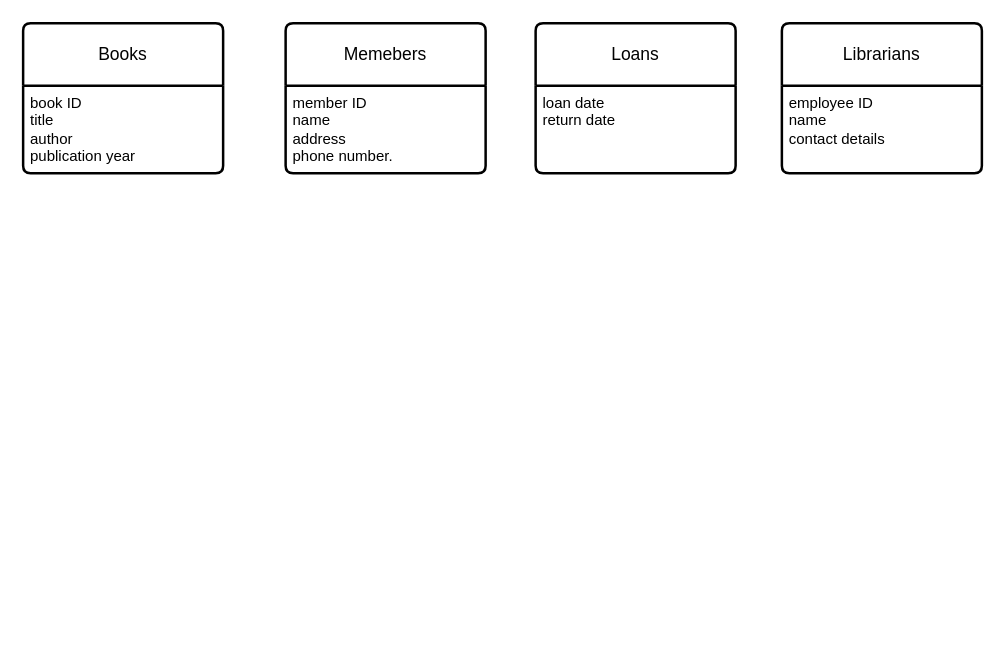
Before: Library.drawio in GeorginaFox/at1, a draw.io diagram. Source tidied: cells renumbered, new cells numbered last; positions are measured from the earlier drawing's top-left corner, leaving out a move shared by most shapes. Both pictures are drawn from the tidied source at 125%, with x=0, y=0 at pixel (22, 22).
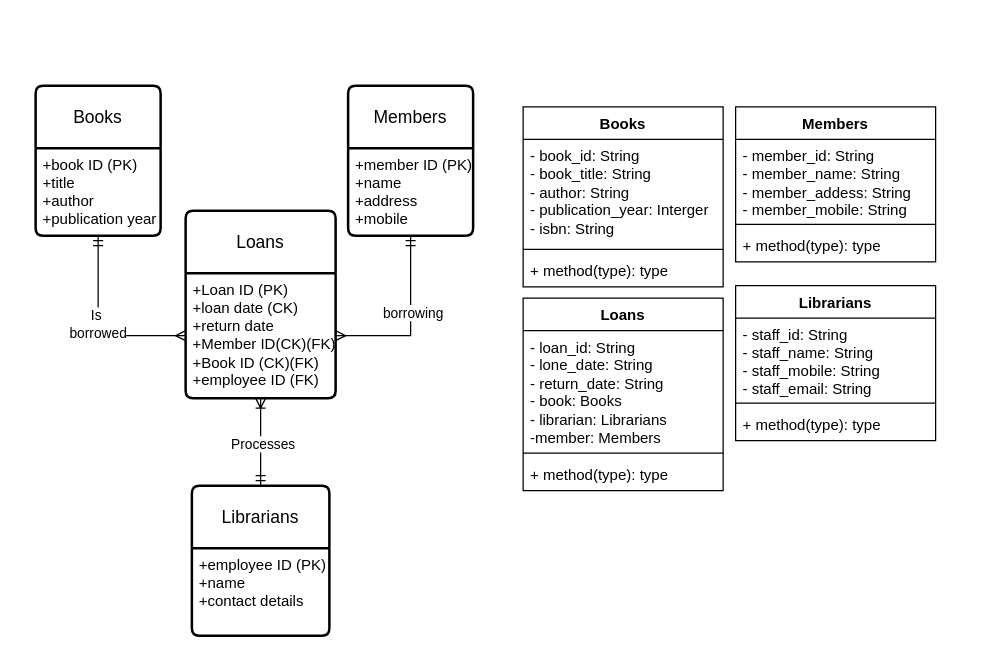
After the change.

Change to the diagram source:
```diff
@@
     <mxCell id="2" value="Books" style="swimlane;horizontal=1;startSize=50;rounded=1;fontSize=14;fontStyle=0;strokeWidth=2;shadow=0;dashed=0;align=center;arcSize=4;whiteSpace=wrap;html=1;" parent="1" vertex="1">
-      <mxGeometry width="160" height="120" as="geometry" />
+      <mxGeometry x="10" y="50" width="100" height="120" as="geometry" />
     </mxCell>
-    <mxCell id="3" value="&lt;div&gt;&lt;div&gt;book ID&lt;/div&gt;&lt;div&gt;title&lt;/div&gt;&lt;/div&gt;&lt;div&gt;author&lt;br&gt;&lt;/div&gt;&lt;div&gt;publication year&lt;br&gt;&lt;/div&gt;" style="align=left;strokeColor=none;fillColor=none;spacingLeft=4;fontSize=12;verticalAlign=top;html=1;" parent="2" vertex="1">
-      <mxGeometry y="50" width="160" height="70" as="geometry" />
+    <mxCell id="3" value="&lt;div&gt;&lt;div&gt;&lt;span style=&quot;background-color: initial;&quot;&gt;+&lt;/span&gt;book ID (PK)&lt;/div&gt;&lt;div&gt;&lt;span style=&quot;background-color: initial;&quot;&gt;+&lt;/span&gt;title&lt;/div&gt;&lt;/div&gt;&lt;div&gt;&lt;span style=&quot;background-color: initial;&quot;&gt;+&lt;/span&gt;author&lt;br&gt;&lt;/div&gt;&lt;div&gt;&lt;span style=&quot;background-color: initial;&quot;&gt;+&lt;/span&gt;publication year&lt;br&gt;&lt;/div&gt;" style="align=left;strokeColor=none;fillColor=none;spacingLeft=4;fontSize=12;verticalAlign=top;html=1;" parent="2" vertex="1">
+      <mxGeometry y="50" width="100" height="70" as="geometry" />
     </mxCell>
     <mxCell id="4" value="Librarians" style="swimlane;horizontal=1;startSize=50;rounded=1;fontSize=14;fontStyle=0;strokeWidth=2;shadow=0;dashed=0;align=center;arcSize=4;whiteSpace=wrap;html=1;" parent="1" vertex="1">
-      <mxGeometry x="607" width="160" height="120" as="geometry" />
+      <mxGeometry x="135" y="370" width="110" height="120" as="geometry" />
     </mxCell>
-    <mxCell id="5" value="employee ID&lt;div&gt;name&lt;/div&gt;&lt;div&gt;contact details&lt;/div&gt;" style="align=left;strokeColor=none;fillColor=none;spacingLeft=4;fontSize=12;verticalAlign=top;html=1;" parent="4" vertex="1">
-      <mxGeometry y="50" width="160" height="70" as="geometry" />
+    <mxCell id="5" value="+employee ID (PK)&lt;br&gt;&lt;div&gt;&lt;span style=&quot;background-color: initial;&quot;&gt;+&lt;/span&gt;name&lt;/div&gt;&lt;div&gt;&lt;span style=&quot;background-color: initial;&quot;&gt;+&lt;/span&gt;contact details&lt;/div&gt;" style="align=left;strokeColor=none;fillColor=none;spacingLeft=4;fontSize=12;verticalAlign=top;html=1;" parent="4" vertex="1">
+      <mxGeometry y="50" width="110" height="70" as="geometry" />
     </mxCell>
     <mxCell id="6" value="Loans" style="swimlane;horizontal=1;startSize=50;rounded=1;fontSize=14;fontStyle=0;strokeWidth=2;shadow=0;dashed=0;align=center;arcSize=4;whiteSpace=wrap;html=1;" parent="1" vertex="1">
-      <mxGeometry x="410" width="160" height="120" as="geometry" />
+      <mxGeometry x="130" y="150" width="120" height="150" as="geometry" />
     </mxCell>
-    <mxCell id="7" value="&lt;div&gt;loan date&amp;nbsp;&lt;/div&gt;&lt;div&gt;return date&lt;br&gt;&lt;/div&gt;" style="align=left;strokeColor=none;fillColor=none;spacingLeft=4;fontSize=12;verticalAlign=top;html=1;" parent="6" vertex="1">
-      <mxGeometry y="50" width="160" height="70" as="geometry" />
+    <mxCell id="7" value="&lt;div&gt;&lt;span style=&quot;background-color: initial;&quot;&gt;+&lt;/span&gt;Loan ID (PK)&lt;/div&gt;&lt;div&gt;&lt;span style=&quot;background-color: initial;&quot;&gt;+&lt;/span&gt;loan date (CK)&lt;/div&gt;&lt;div&gt;&lt;span style=&quot;background-color: initial;&quot;&gt;+&lt;/span&gt;return date&lt;br&gt;&lt;/div&gt;&lt;div&gt;&lt;span style=&quot;background-color: initial;&quot;&gt;+&lt;/span&gt;Member ID(CK)(FK)&lt;/div&gt;&lt;div&gt;&lt;div&gt;&lt;span style=&quot;background-color: initial;&quot;&gt;+&lt;/span&gt;Book ID (CK)(FK)&lt;/div&gt;&lt;/div&gt;&lt;div&gt;&lt;span style=&quot;background-color: initial;&quot;&gt;+&lt;/span&gt;employee ID (FK)&lt;/div&gt;" style="align=left;strokeColor=none;fillColor=none;spacingLeft=4;fontSize=12;verticalAlign=top;html=1;" parent="6" vertex="1">
+      <mxGeometry y="50" width="120" height="100" as="geometry" />
     </mxCell>
-    <mxCell id="8" value="Memebers" style="swimlane;horizontal=1;startSize=50;rounded=1;fontSize=14;fontStyle=0;strokeWidth=2;shadow=0;dashed=0;align=center;arcSize=4;whiteSpace=wrap;html=1;" parent="1" vertex="1">
-      <mxGeometry x="210" width="160" height="120" as="geometry" />
+    <mxCell id="8" value="Members" style="swimlane;horizontal=1;startSize=50;rounded=1;fontSize=14;fontStyle=0;strokeWidth=2;shadow=0;dashed=0;align=center;arcSize=4;whiteSpace=wrap;html=1;" parent="1" vertex="1">
+      <mxGeometry x="260" y="50" width="100" height="120" as="geometry" />
     </mxCell>
-    <mxCell id="9" value="member ID&lt;div&gt;name&lt;/div&gt;&lt;div&gt;address&lt;/div&gt;&lt;div&gt;phone number.&lt;/div&gt;" style="align=left;strokeColor=none;fillColor=none;spacingLeft=4;fontSize=12;verticalAlign=top;html=1;" parent="8" vertex="1">
-      <mxGeometry y="50" width="160" height="70" as="geometry" />
+    <mxCell id="9" value="+member ID (PK)&lt;br&gt;&lt;div&gt;&lt;span style=&quot;background-color: initial;&quot;&gt;+&lt;/span&gt;name&lt;/div&gt;&lt;div&gt;&lt;span style=&quot;background-color: initial;&quot;&gt;+&lt;/span&gt;address&lt;/div&gt;&lt;div&gt;+mobile&lt;br&gt;&lt;/div&gt;" style="align=left;strokeColor=none;fillColor=none;spacingLeft=4;fontSize=12;verticalAlign=top;html=1;" parent="8" vertex="1">
+      <mxGeometry y="50" width="100" height="70" as="geometry" />
     </mxCell>
+    <mxCell id="10" style="edgeStyle=orthogonalEdgeStyle;fontSize=12;html=1;endArrow=ERmandOne;startArrow=ERmany;rounded=0;entryX=0.5;entryY=1;entryDx=0;entryDy=0;exitX=0;exitY=0.5;exitDx=0;exitDy=0;endFill=0;startFill=0;" parent="1" edge="1" source="7" target="3">
+      <mxGeometry relative="1" as="geometry" />
+    </mxCell>
+    <mxCell id="11" value="Is&amp;nbsp;&lt;div&gt;borrowed&lt;/div&gt;" style="edgeLabel;html=1;align=center;verticalAlign=middle;" parent="10" vertex="1">
+      <mxGeometry x="0.08" y="1" relative="1" as="geometry">
+        <mxPoint y="1" as="offset" />
+      </mxGeometry>
+    </mxCell>
+    <mxCell id="12" style="edgeStyle=orthogonalEdgeStyle;fontSize=12;html=1;endArrow=ERmandOne;startArrow=ERmany;rounded=0;entryX=0.5;entryY=1;entryDx=0;entryDy=0;exitX=1;exitY=0.5;exitDx=0;exitDy=0;startFill=0;" parent="1" edge="1" source="7" target="9">
+      <mxGeometry relative="1" as="geometry" />
+    </mxCell>
+    <mxCell id="13" value="borrowing" style="edgeLabel;html=1;align=center;verticalAlign=middle;" parent="12" vertex="1">
+      <mxGeometry x="0.13" y="-1" relative="1" as="geometry" />
+    </mxCell>
+    <mxCell id="14" style="fontSize=12;html=1;endArrow=ERoneToMany;rounded=0;exitX=0.5;exitY=0;exitDx=0;exitDy=0;entryX=0.5;entryY=1;entryDx=0;entryDy=0;startArrow=ERmandOne;startFill=0;" parent="1" edge="1" source="4" target="7">
+      <mxGeometry relative="1" as="geometry" />
+    </mxCell>
+    <mxCell id="15" value="Processes" style="edgeLabel;html=1;align=center;verticalAlign=middle;" parent="14" vertex="1">
+      <mxGeometry x="0.01" y="-1" relative="1" as="geometry">
+        <mxPoint y="1" as="offset" />
+      </mxGeometry>
+    </mxCell>
+    <mxCell id="16" value="Librarians" style="swimlane;fontStyle=1;align=center;verticalAlign=top;horizontal=1;startSize=26;whiteSpace=wrap;html=1;" parent="1" vertex="1">
+      <mxGeometry x="570" y="210" width="160" height="124" as="geometry" />
+    </mxCell>
+    <mxCell id="17" value="- staff_id: String&amp;nbsp;&lt;div&gt;- staff_name: String&amp;nbsp;&lt;/div&gt;&lt;div&gt;- staff_mobile: String&lt;/div&gt;&lt;div&gt;- staff_email: String&lt;/div&gt;" style="text;strokeColor=none;fillColor=none;align=left;verticalAlign=top;spacingLeft=4;spacingRight=4;overflow=hidden;whiteSpace=wrap;html=1;" parent="16" vertex="1">
+      <mxGeometry y="26" width="160" height="64" as="geometry" />
+    </mxCell>
+    <mxCell id="18" style="line;strokeWidth=1;fillColor=none;align=left;verticalAlign=middle;spacingTop=-1;spacingLeft=3;spacingRight=3;labelPosition=right;strokeColor=inherit;" parent="16" vertex="1">
+      <mxGeometry y="90" width="160" height="8" as="geometry" />
+    </mxCell>
+    <mxCell id="19" value="+ method(type): type" style="text;strokeColor=none;fillColor=none;align=left;verticalAlign=top;spacingLeft=4;spacingRight=4;overflow=hidden;whiteSpace=wrap;html=1;" parent="16" vertex="1">
+      <mxGeometry y="98" width="160" height="26" as="geometry" />
+    </mxCell>
+    <mxCell id="20" value="Loans" style="swimlane;fontStyle=1;align=center;verticalAlign=top;horizontal=1;startSize=26;whiteSpace=wrap;html=1;" parent="1" vertex="1">
+      <mxGeometry x="400" y="220" width="160" height="154" as="geometry" />
+    </mxCell>
+    <mxCell id="21" value="- loan_id: String&lt;div&gt;- lone_date: String&lt;/div&gt;&lt;div&gt;- return_date: String&lt;/div&gt;&lt;div&gt;- book: Books&lt;/div&gt;&lt;div&gt;- librarian: Librarians&lt;/div&gt;&lt;div&gt;-member: Members&lt;/div&gt;" style="text;strokeColor=none;fillColor=none;align=left;verticalAlign=top;spacingLeft=4;spacingRight=4;overflow=hidden;whiteSpace=wrap;html=1;" parent="20" vertex="1">
+      <mxGeometry y="26" width="160" height="94" as="geometry" />
+    </mxCell>
+    <mxCell id="22" style="line;strokeWidth=1;fillColor=none;align=left;verticalAlign=middle;spacingTop=-1;spacingLeft=3;spacingRight=3;labelPosition=right;strokeColor=inherit;" parent="20" vertex="1">
+      <mxGeometry y="120" width="160" height="8" as="geometry" />
+    </mxCell>
+    <mxCell id="23" value="+ method(type): type" style="text;strokeColor=none;fillColor=none;align=left;verticalAlign=top;spacingLeft=4;spacingRight=4;overflow=hidden;whiteSpace=wrap;html=1;" parent="20" vertex="1">
+      <mxGeometry y="128" width="160" height="26" as="geometry" />
+    </mxCell>
+    <mxCell id="24" value="Members" style="swimlane;fontStyle=1;align=center;verticalAlign=top;horizontal=1;startSize=26;whiteSpace=wrap;html=1;" parent="1" vertex="1">
+      <mxGeometry x="570" y="67" width="160" height="124" as="geometry" />
+    </mxCell>
+    <mxCell id="25" value="- member_id: String&lt;div&gt;- member_name: String&lt;/div&gt;&lt;div&gt;- member_addess: String&lt;/div&gt;&lt;div&gt;- member_mobile: String&lt;/div&gt;" style="text;strokeColor=none;fillColor=none;align=left;verticalAlign=top;spacingLeft=4;spacingRight=4;overflow=hidden;whiteSpace=wrap;html=1;" parent="24" vertex="1">
+      <mxGeometry y="26" width="160" height="64" as="geometry" />
+    </mxCell>
+    <mxCell id="26" style="line;strokeWidth=1;fillColor=none;align=left;verticalAlign=middle;spacingTop=-1;spacingLeft=3;spacingRight=3;labelPosition=right;strokeColor=inherit;" parent="24" vertex="1">
+      <mxGeometry y="90" width="160" height="8" as="geometry" />
+    </mxCell>
+    <mxCell id="27" value="+ method(type): type" style="text;strokeColor=none;fillColor=none;align=left;verticalAlign=top;spacingLeft=4;spacingRight=4;overflow=hidden;whiteSpace=wrap;html=1;" parent="24" vertex="1">
+      <mxGeometry y="98" width="160" height="26" as="geometry" />
+    </mxCell>
+    <mxCell id="28" value="Books" style="swimlane;fontStyle=1;align=center;verticalAlign=top;horizontal=1;startSize=26;whiteSpace=wrap;html=1;" parent="1" vertex="1">
+      <mxGeometry x="400" y="67" width="160" height="144" as="geometry" />
+    </mxCell>
+    <mxCell id="29" value="- book_id: String&lt;div&gt;- book_title: String&lt;/div&gt;&lt;div&gt;- author: String&lt;/div&gt;&lt;div&gt;- publication_year: Interger&lt;/div&gt;&lt;div&gt;- isbn: String&lt;/div&gt;" style="text;strokeColor=none;fillColor=none;align=left;verticalAlign=top;spacingLeft=4;spacingRight=4;overflow=hidden;whiteSpace=wrap;html=1;" parent="28" vertex="1">
+      <mxGeometry y="26" width="160" height="84" as="geometry" />
+    </mxCell>
+    <mxCell id="30" style="line;strokeWidth=1;fillColor=none;align=left;verticalAlign=middle;spacingTop=-1;spacingLeft=3;spacingRight=3;labelPosition=right;strokeColor=inherit;" parent="28" vertex="1">
+      <mxGeometry y="110" width="160" height="8" as="geometry" />
+    </mxCell>
+    <mxCell id="31" value="+ method(type): type" style="text;strokeColor=none;fillColor=none;align=left;verticalAlign=top;spacingLeft=4;spacingRight=4;overflow=hidden;whiteSpace=wrap;html=1;" parent="28" vertex="1">
+      <mxGeometry y="118" width="160" height="26" as="geometry" />
+    </mxCell>
```
